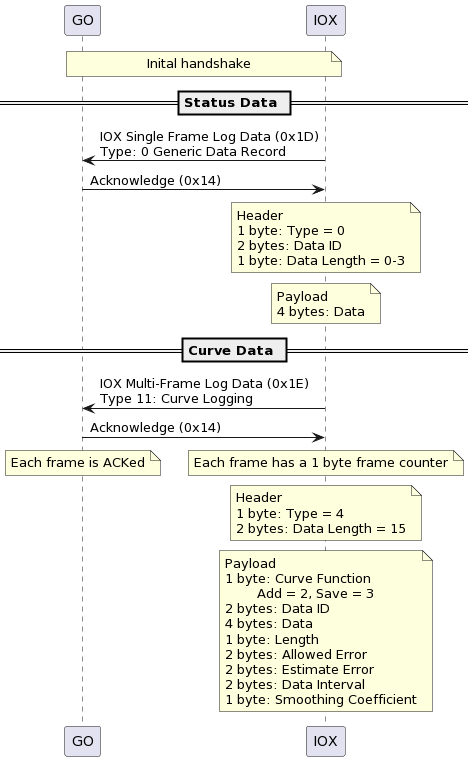
Earlier version of the PlantUML export src/hardware/developing-an-iox/uml_data_logging.png (Geotab/sdk). The source it was exported from:
```plantuml
@startuml
note over GO, IOX: Inital handshake
== Status Data ==
IOX -> GO: IOX Single Frame Log Data (0x1D)\nType: 0 Generic Data Record
GO -> IOX: Acknowledge (0x14)
note over IOX: Header\n1 byte: Type = 0\n2 bytes: Data ID\n1 byte: Data Length = 0-3
note over IOX: Payload\n4 bytes: Data
== Curve Data ==
IOX -> GO: IOX Multi-Frame Log Data (0x1E)\nType 11: Curve Logging
GO -> IOX: Acknowledge (0x14)
note over GO: Each frame is ACKed
/ note over IOX: Each frame has a 1 byte frame counter
note over IOX: Header\n1 byte: Type = 4\n2 bytes: Data Length = 15
note over IOX: Payload\n1 byte: Curve Function\n\tAdd = 2, Save = 3\n2 bytes: Data ID\n4 bytes: Data\n1 byte: Length\n2 bytes: Allowed Error\n2 bytes: Estimate Error\n2 bytes: Data Interval\n1 byte: Smoothing Coefficient
@enduml
```
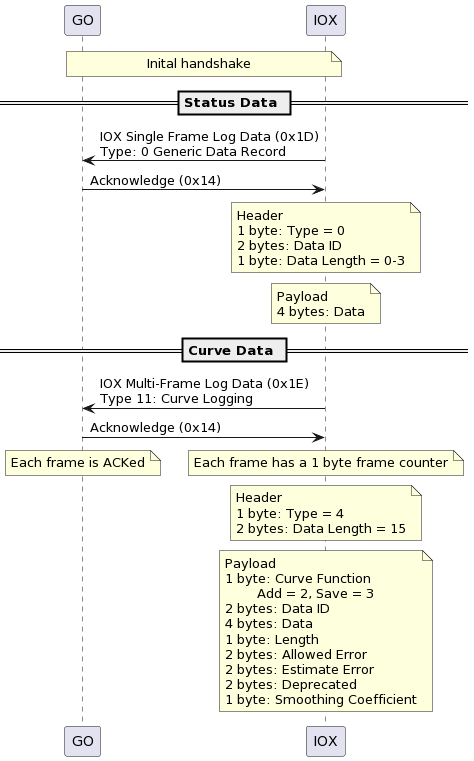
The same diagram one commit later.

The edit, as a diff of the source:
```diff
@@ -11,5 +11,5 @@
 note over GO: Each frame is ACKed
 / note over IOX: Each frame has a 1 byte frame counter
 note over IOX: Header\n1 byte: Type = 4\n2 bytes: Data Length = 15
-note over IOX: Payload\n1 byte: Curve Function\n\tAdd = 2, Save = 3\n2 bytes: Data ID\n4 bytes: Data\n1 byte: Length\n2 bytes: Allowed Error\n2 bytes: Estimate Error\n2 bytes: Data Interval\n1 byte: Smoothing Coefficient
+note over IOX: Payload\n1 byte: Curve Function\n\tAdd = 2, Save = 3\n2 bytes: Data ID\n4 bytes: Data\n1 byte: Length\n2 bytes: Allowed Error\n2 bytes: Estimate Error\n2 bytes: Deprecated\n1 byte: Smoothing Coefficient
 @enduml
```
